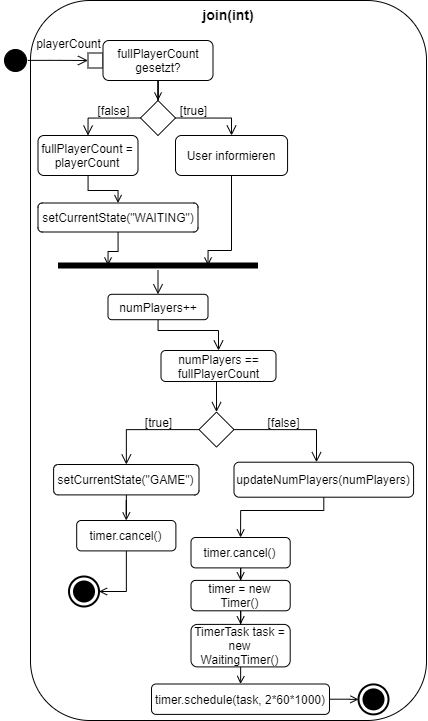
The draw.io diagram Doku/images/AD_join.png in KjellooMelloo/gameoftrons, before a commit. Source tidied: cells renumbered, new cells last; positions are measured from the earlier drawing's top-left corner, leaving out a move shared by most shapes.
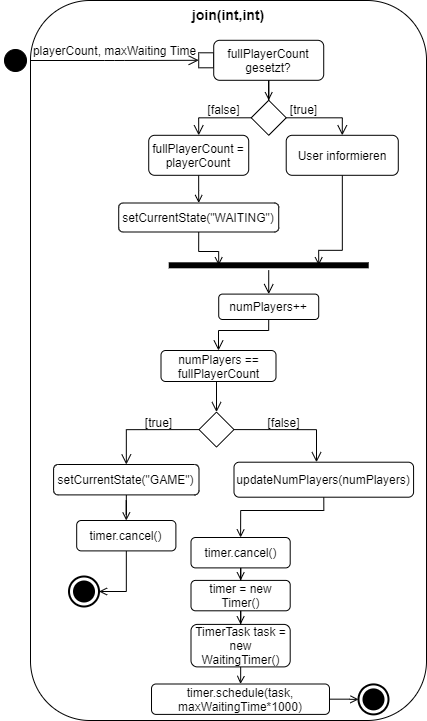
Later version of the same file.

Commit message:
added maxWaitingTime to join

What changed in the source:
```diff
@@ -2,71 +2,71 @@
   <root>
     <mxCell id="0" />
     <mxCell id="1" parent="0" />
-    <mxCell id="2" value="&lt;b&gt;&lt;font style=&quot;font-size: 14px&quot;&gt;join(int)&lt;/font&gt;&lt;/b&gt;" style="rounded=1;whiteSpace=wrap;html=1;align=center;verticalAlign=top;" parent="1" vertex="1">
+    <mxCell id="2" value="&lt;b&gt;&lt;font style=&quot;font-size: 14px&quot;&gt;join(int,int)&lt;/font&gt;&lt;/b&gt;" style="rounded=1;whiteSpace=wrap;html=1;align=center;verticalAlign=top;" parent="1" vertex="1">
       <mxGeometry x="30" width="396" height="720" as="geometry" />
     </mxCell>
     <mxCell id="3" style="ellipse;html=1;shape=startState;fillColor=#000000;strokeColor=#000000;align=center;" parent="1" vertex="1">
       <mxGeometry y="45" width="30" height="30" as="geometry" />
     </mxCell>
-    <mxCell id="4" style="edgeStyle=orthogonalEdgeStyle;html=1;verticalAlign=bottom;endArrow=open;endSize=8;strokeColor=#000000;entryX=0;entryY=0.5;entryDx=0;entryDy=0;exitX=0.909;exitY=0.496;exitDx=0;exitDy=0;exitPerimeter=0;" parent="1" edge="1" source="3" target="5">
+    <mxCell id="4" style="edgeStyle=orthogonalEdgeStyle;html=1;verticalAlign=bottom;endArrow=open;endSize=8;strokeColor=#000000;entryX=0;entryY=0.5;entryDx=0;entryDy=0;" parent="1" edge="1" source="3" target="5">
       <mxGeometry relative="1" as="geometry" />
     </mxCell>
     <mxCell id="5" style="rounded=0;whiteSpace=wrap;html=1;strokeColor=#000000;align=center;" parent="1" vertex="1">
-      <mxGeometry x="87.5" y="52.5" width="15" height="15" as="geometry" />
+      <mxGeometry x="198.2" y="52.3" width="15" height="15" as="geometry" />
     </mxCell>
-    <mxCell id="6" value="playerCount" style="text;html=1;align=center;verticalAlign=middle;" parent="1" vertex="1">
-      <mxGeometry x="27.5" y="32.5" width="80" height="20" as="geometry" />
+    <mxCell id="6" value="playerCount, maxWaiting Time" style="text;html=1;align=center;verticalAlign=middle;" parent="1" vertex="1">
+      <mxGeometry x="23.5" y="40" width="180" height="20" as="geometry" />
     </mxCell>
     <mxCell id="7" style="edgeStyle=orthogonalEdgeStyle;rounded=0;jettySize=auto;html=1;entryX=0.5;entryY=0;entryDx=0;entryDy=0;endArrow=open;endFill=0;" parent="1" edge="1" source="8" target="11">
       <mxGeometry relative="1" as="geometry" />
     </mxCell>
     <mxCell id="8" value="fullPlayerCount gesetzt?" style="shape=rect;html=1;rounded=1;whiteSpace=wrap;align=center;" parent="1" vertex="1">
-      <mxGeometry x="102.5" y="40" width="110" height="40" as="geometry" />
+      <mxGeometry x="213.2" y="39.8" width="110" height="40" as="geometry" />
     </mxCell>
     <mxCell id="9" style="edgeStyle=orthogonalEdgeStyle;rounded=0;jettySize=auto;html=1;entryX=0.5;entryY=0;entryDx=0;entryDy=0;endArrow=open;endFill=0;endSize=8;strokeColor=#000000;exitX=0;exitY=0.5;exitDx=0;exitDy=0;" parent="1" edge="1" source="11" target="33">
       <mxGeometry relative="1" as="geometry">
         <Array as="points">
-          <mxPoint x="87" y="117" />
+          <mxPoint x="197.7" y="116.8" />
         </Array>
       </mxGeometry>
     </mxCell>
     <mxCell id="10" style="edgeStyle=orthogonalEdgeStyle;rounded=0;jettySize=auto;html=1;entryX=0.5;entryY=0;entryDx=0;entryDy=0;endArrow=open;endFill=0;endSize=8;strokeColor=#000000;exitX=1;exitY=0.5;exitDx=0;exitDy=0;" parent="1" edge="1" source="11" target="14">
       <mxGeometry relative="1" as="geometry">
         <Array as="points">
-          <mxPoint x="231" y="117" />
+          <mxPoint x="341.7" y="116.8" />
         </Array>
       </mxGeometry>
     </mxCell>
     <mxCell id="11" style="rhombus;whiteSpace=wrap;html=1;strokeColor=#000000;align=center;" parent="1" vertex="1">
-      <mxGeometry x="140" y="100" width="35" height="35" as="geometry" />
+      <mxGeometry x="250.7" y="99.8" width="35" height="35" as="geometry" />
     </mxCell>
     <mxCell id="12" value="[false]" style="text;html=1;align=center;verticalAlign=middle;" parent="1" vertex="1">
-      <mxGeometry x="87.5" y="99.5" width="50" height="20" as="geometry" />
+      <mxGeometry x="198.2" y="99.3" width="50" height="20" as="geometry" />
     </mxCell>
     <mxCell id="13" style="edgeStyle=orthogonalEdgeStyle;rounded=0;jettySize=auto;html=1;entryX=0.75;entryY=0.5;entryDx=0;entryDy=0;entryPerimeter=0;endArrow=open;endFill=0;" parent="1" edge="1" source="14" target="29">
       <mxGeometry relative="1" as="geometry">
         <Array as="points">
-          <mxPoint x="231" y="250" />
-          <mxPoint x="207" y="250" />
+          <mxPoint x="341.7" y="249.8" />
+          <mxPoint x="317.7" y="249.8" />
         </Array>
       </mxGeometry>
     </mxCell>
     <mxCell id="14" value="User informieren" style="shape=rect;html=1;rounded=1;whiteSpace=wrap;align=center;" parent="1" vertex="1">
-      <mxGeometry x="175" y="135" width="112.1" height="40" as="geometry" />
+      <mxGeometry x="285.7" y="134.8" width="112.1" height="40" as="geometry" />
     </mxCell>
     <mxCell id="15" value="[true]" style="text;html=1;align=center;verticalAlign=middle;" parent="1" vertex="1">
-      <mxGeometry x="172.5" y="99.5" width="40" height="20" as="geometry" />
+      <mxGeometry x="283.2" y="99.3" width="40" height="20" as="geometry" />
     </mxCell>
-    <mxCell id="16" style="edgeStyle=orthogonalEdgeStyle;rounded=0;jettySize=auto;html=1;endArrow=open;endFill=0;endSize=8;strokeColor=#000000;" parent="1" edge="1" source="17" target="19">
+    <mxCell id="16" style="edgeStyle=orthogonalEdgeStyle;rounded=0;jettySize=auto;html=1;endArrow=open;endFill=0;endSize=8;strokeColor=#000000;exitX=0.5;exitY=1;exitDx=0;exitDy=0;" parent="1" edge="1" source="17" target="19">
       <mxGeometry relative="1" as="geometry">
         <Array as="points">
-          <mxPoint x="158" y="330" />
+          <mxPoint x="268" y="330" />
           <mxPoint x="218" y="330" />
         </Array>
       </mxGeometry>
     </mxCell>
     <mxCell id="17" value="numPlayers++" style="shape=rect;html=1;rounded=1;whiteSpace=wrap;align=center;" parent="1" vertex="1">
-      <mxGeometry x="107.5" y="293.8" width="100" height="25.4" as="geometry" />
+      <mxGeometry x="218.2" y="293.6" width="100" height="25.4" as="geometry" />
     </mxCell>
     <mxCell id="18" style="edgeStyle=orthogonalEdgeStyle;rounded=0;jettySize=auto;html=1;entryX=0.5;entryY=0;entryDx=0;entryDy=0;endArrow=open;endFill=0;endSize=8;strokeColor=#000000;exitX=0.5;exitY=1;exitDx=0;exitDy=0;" parent="1" edge="1" source="19" target="22">
       <mxGeometry relative="1" as="geometry" />
@@ -111,7 +111,7 @@
       <mxGeometry x="257.5" y="411.6" width="50" height="20" as="geometry" />
     </mxCell>
     <mxCell id="29" style="shape=line;html=1;strokeWidth=6;strokeColor=#000000;align=center;" parent="1" vertex="1">
-      <mxGeometry x="57.5" y="260" width="200" height="10" as="geometry" />
+      <mxGeometry x="168.2" y="259.8" width="200" height="10" as="geometry" />
     </mxCell>
     <mxCell id="30" style="edgeStyle=orthogonalEdgeStyle;html=1;verticalAlign=bottom;endArrow=open;endSize=8;strokeColor=#000000;entryX=0.5;entryY=0;entryDx=0;entryDy=0;" parent="1" edge="1" source="29" target="17">
       <mxGeometry relative="1" as="geometry" />
@@ -122,24 +122,24 @@
     <mxCell id="32" style="edgeStyle=orthogonalEdgeStyle;rounded=0;jettySize=auto;html=1;entryX=0.5;entryY=0;entryDx=0;entryDy=0;endArrow=open;endFill=0;" parent="1" edge="1" source="33" target="35">
       <mxGeometry relative="1" as="geometry">
         <Array as="points">
-          <mxPoint x="87" y="190" />
-          <mxPoint x="117" y="190" />
+          <mxPoint x="198" y="190" />
+          <mxPoint x="198" y="190" />
         </Array>
       </mxGeometry>
     </mxCell>
     <mxCell id="33" value="fullPlayerCount = playerCount" style="shape=rect;html=1;rounded=1;whiteSpace=wrap;align=center;" parent="1" vertex="1">
-      <mxGeometry x="37.5" y="135" width="100" height="40" as="geometry" />
+      <mxGeometry x="148.2" y="134.8" width="100" height="40" as="geometry" />
     </mxCell>
-    <mxCell id="34" style="edgeStyle=orthogonalEdgeStyle;rounded=0;jettySize=auto;html=1;entryX=0.25;entryY=0.5;entryDx=0;entryDy=0;entryPerimeter=0;endArrow=open;endFill=0;" parent="1" edge="1" source="35" target="29">
+    <mxCell id="34" style="edgeStyle=orthogonalEdgeStyle;rounded=0;jettySize=auto;html=1;entryX=0.25;entryY=0.5;entryDx=0;entryDy=0;entryPerimeter=0;endArrow=open;endFill=0;exitX=0.5;exitY=1;exitDx=0;exitDy=0;" parent="1" edge="1" source="35" target="29">
       <mxGeometry relative="1" as="geometry">
         <Array as="points">
-          <mxPoint x="117" y="251" />
-          <mxPoint x="107" y="251" />
+          <mxPoint x="198" y="251" />
+          <mxPoint x="218" y="251" />
         </Array>
       </mxGeometry>
     </mxCell>
     <mxCell id="35" value="setCurrentState(&quot;WAITING&quot;)" style="shape=rect;html=1;rounded=1;whiteSpace=wrap;align=center;" parent="1" vertex="1">
-      <mxGeometry x="37.5" y="202.5" width="160" height="29" as="geometry" />
+      <mxGeometry x="118.2" y="202.5" width="160" height="29" as="geometry" />
     </mxCell>
     <mxCell id="36" style="edgeStyle=orthogonalEdgeStyle;rounded=0;jettySize=auto;html=1;endArrow=open;endFill=0;" parent="1" edge="1" source="37" target="39">
       <mxGeometry relative="1" as="geometry" />
@@ -167,7 +167,7 @@
     <mxCell id="42" style="edgeStyle=orthogonalEdgeStyle;rounded=0;jettySize=auto;html=1;entryX=0;entryY=0.5;entryDx=0;entryDy=0;entryPerimeter=0;endArrow=open;endFill=0;" parent="1" edge="1" source="43" target="31">
       <mxGeometry relative="1" as="geometry" />
     </mxCell>
-    <mxCell id="43" value="timer.schedule(task, 2*60*1000)" style="shape=rect;html=1;rounded=1;whiteSpace=wrap;align=center;" parent="1" vertex="1">
+    <mxCell id="43" value="timer.schedule(task, maxWaitingTime*1000)" style="shape=rect;html=1;rounded=1;whiteSpace=wrap;align=center;" parent="1" vertex="1">
       <mxGeometry x="151" y="683.5" width="178" height="30.4" as="geometry" />
     </mxCell>
     <mxCell id="44" style="html=1;shape=mxgraph.sysml.actFinal;strokeWidth=2;verticalLabelPosition=bottom;verticalAlignment=top;align=center;" parent="1" vertex="1">
```
